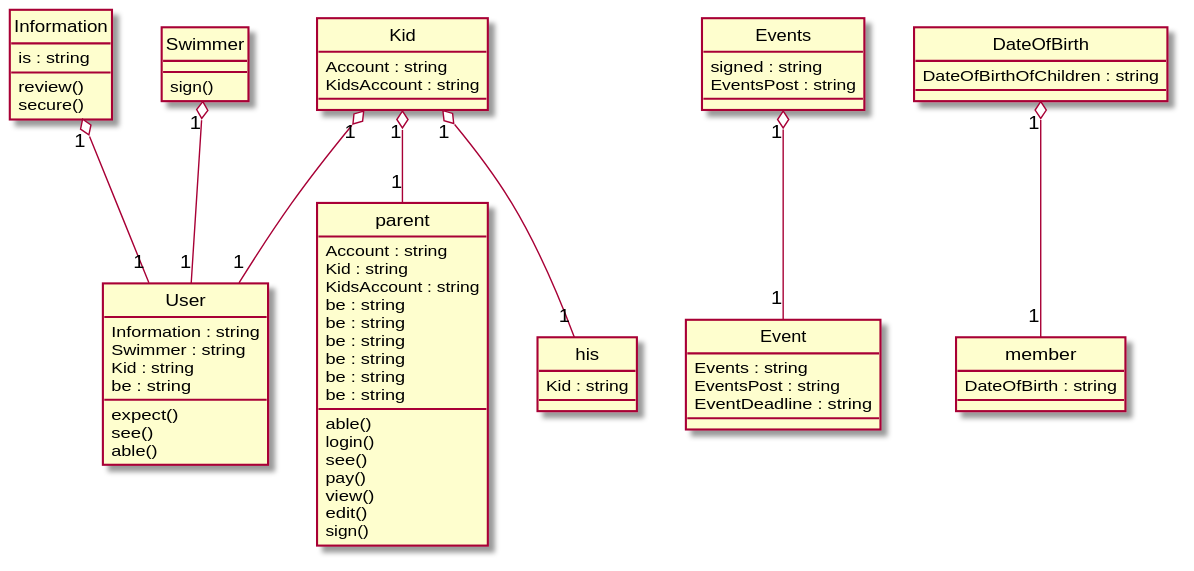
Before: Diagrams/2017-USC-Project03.svg, a diagram exported from PlantUML (xixixhalu/DomainModelExtractor). Source of this version:
```plantuml
@startuml
hide circle
class User {
	Information : string
	Swimmer : string
	Kid : string
	be : string
	expect()
	see()
	able()
}
class parent {
	Account : string
	Kid : string
	KidsAccount : string
	be : string
	be : string
	be : string
	be : string
	be : string
	be : string
	able()
	login()
	see()
	pay()
	view()
	edit()
	sign()
}
class Kid {
	Account : string
	KidsAccount : string
}
class Events {
	signed : string
	EventsPost : string
}
class his {
	Kid : string
}
class member {
	DateOfBirth : string
}
class DateOfBirth {
	DateOfBirthOfChildren : string
}
class Event {
	Events : string
	EventsPost : string
	EventDeadline : string
}
class Information {
	is : string
	review()
	secure()
}
class Swimmer {
	sign()
}
Swimmer "1" o-- "1" User
Kid "1" o-- "1" parent
Kid "1" o-- "1" his
DateOfBirth "1" o-- "1" member
Kid "1" o-- "1" User
Events "1" o-- "1" Event
Information "1" o-- "1" User
@enduml
```
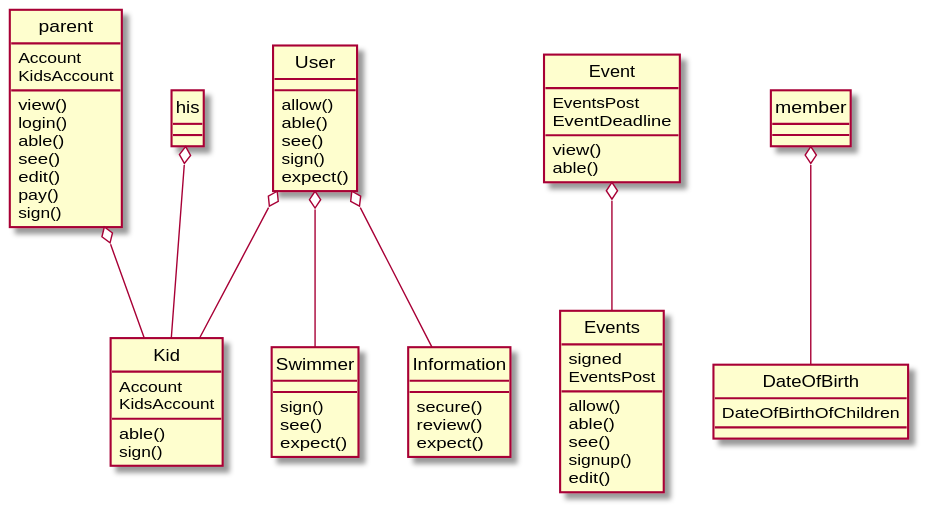
After the commit.

The edit, as a diff of the source:
```diff
@@ -1,67 +1,66 @@
 @startuml
 hide circle
 class User {
-	Information : string
-	Swimmer : string
-	Kid : string
-	be : string
+	allow()
+	able()
+	see()
+	sign()
 	expect()
-	see()
-	able()
 }
 class parent {
-	Account : string
-	Kid : string
-	KidsAccount : string
-	be : string
-	be : string
-	be : string
-	be : string
-	be : string
-	be : string
+	Account
+	KidsAccount
+	view()
+	login()
 	able()
-	login()
 	see()
+	edit()
 	pay()
-	view()
-	edit()
 	sign()
 }
 class Kid {
-	Account : string
-	KidsAccount : string
+	Account
+	KidsAccount
+	able()
+	sign()
 }
 class Events {
-	signed : string
-	EventsPost : string
+	signed
+	EventsPost
+	allow()
+	able()
+	see()
+	signup()
+	edit()
 }
 class his {
-	Kid : string
 }
 class member {
-	DateOfBirth : string
 }
 class DateOfBirth {
-	DateOfBirthOfChildren : string
+	DateOfBirthOfChildren
 }
 class Event {
-	Events : string
-	EventsPost : string
-	EventDeadline : string
-}
-class Information {
-	is : string
-	review()
-	secure()
+	EventsPost
+	EventDeadline
+	view()
+	able()
 }
 class Swimmer {
 	sign()
+	see()
+	expect()
 }
-Swimmer "1" o-- "1" User
-Kid "1" o-- "1" parent
-Kid "1" o-- "1" his
-DateOfBirth "1" o-- "1" member
-Kid "1" o-- "1" User
-Events "1" o-- "1" Event
-Information "1" o-- "1" User
+class Information {
+	secure()
+	review()
+	expect()
+}
+his o-- Kid
+member o-- DateOfBirth
+User o-- Kid
+Event o-- Events
+User o-- Swimmer
+User o-- Information
+parent o-- Kid
 @enduml
```
